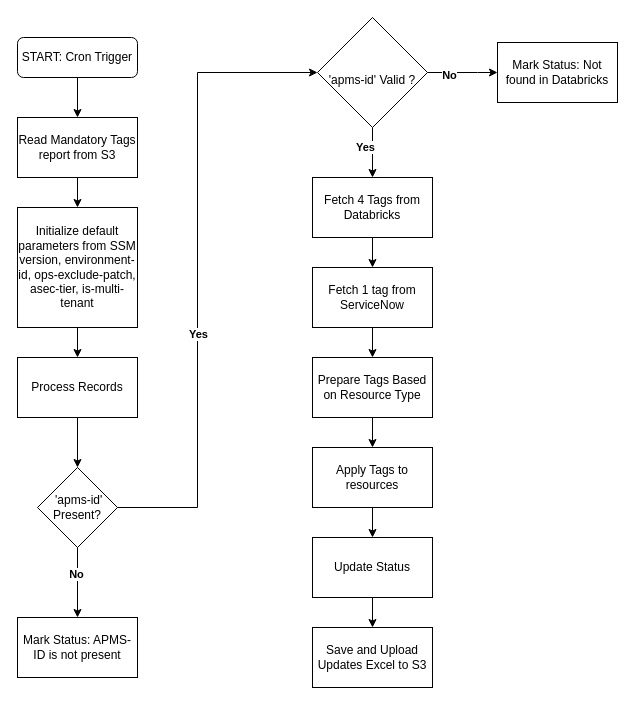
Before: Flowchart_autoapplytags.drawio in sasikanth53/educka, a draw.io diagram. Source tidied: cells renumbered, new cells numbered last; positions are measured from the earlier drawing's top-left corner, leaving out a move shared by most shapes. Both pictures are drawn from the tidied source at 100%, with x=0, y=0 at pixel (17, 17).
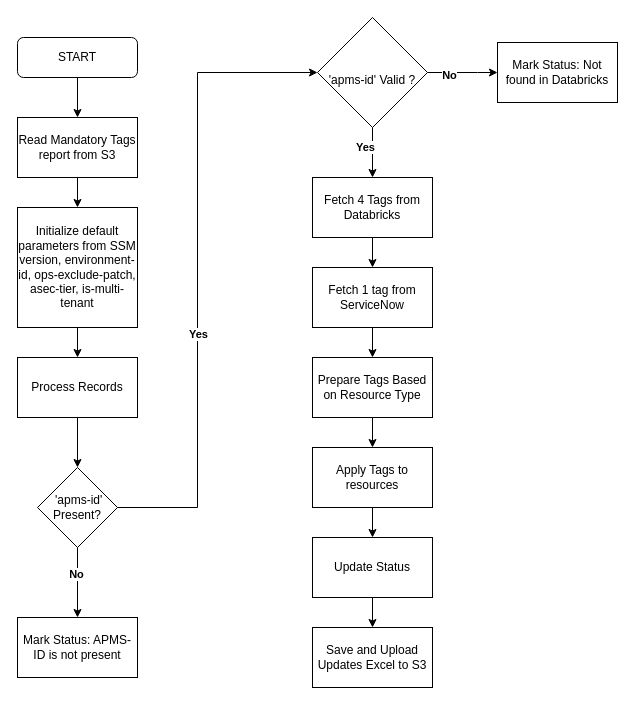
The same page after the edit.

What changed in the source:
```diff
@@
-    <mxCell id="2" value="START: Cron Trigger" style="rounded=1;whiteSpace=wrap;html=1;fontSize=12;glass=0;strokeWidth=1;shadow=0;" parent="1" vertex="1">
+    <mxCell id="2" value="START" style="rounded=1;whiteSpace=wrap;html=1;fontSize=12;glass=0;strokeWidth=1;shadow=0;" parent="1" vertex="1">
       <mxGeometry y="20" width="120" height="40" as="geometry" />
     </mxCell>
```
